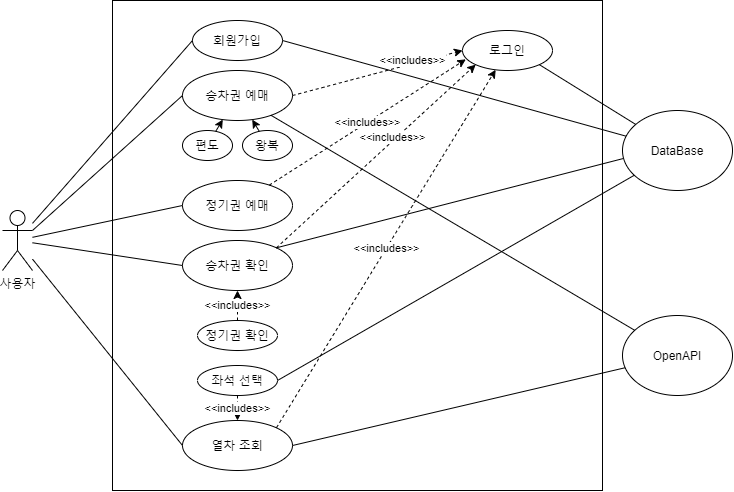
Earlier version of the draw.io export diagram/UseCaseDiagram.png (eeeeyeot/JAVATrainTicketing). Source tidied: cells renumbered, new cells last; positions are measured from the earlier drawing's top-left corner, leaving out a move shared by most shapes. The source it was exported from:
```xml
<mxGraphModel>
  <root>
    <mxCell id="0" />
    <mxCell id="1" parent="0" />
    <mxCell id="2" style="whiteSpace=wrap;html=1;" parent="1" vertex="1">
      <mxGeometry x="110" width="490" height="490" as="geometry" />
    </mxCell>
    <mxCell id="3" value="사용자" style="shape=umlActor;verticalLabelPosition=bottom;verticalAlign=top;html=1;outlineConnect=0;" parent="1" vertex="1">
      <mxGeometry y="210" width="30" height="60" as="geometry" />
    </mxCell>
    <mxCell id="4" value="회원가입" style="ellipse;whiteSpace=wrap;html=1;" parent="1" vertex="1">
      <mxGeometry x="190" y="20" width="90" height="40" as="geometry" />
    </mxCell>
    <mxCell id="5" value="로그인&lt;span style=&quot;color: rgba(0 , 0 , 0 , 0) ; font-family: monospace ; font-size: 0px&quot;&gt;%3CmxGraphModel%3E%3Croot%3E%3CmxCell%20id%3D%220%22%2F%3E%3CmxCell%20id%3D%221%22%20parent%3D%220%22%2F%3E%3CmxCell%20id%3D%222%22%20value%3D%22%ED%9A%8C%EC%9B%90%EA%B0%80%EC%9E%85%22%20style%3D%22ellipse%3BwhiteSpace%3Dwrap%3Bhtml%3D1%3B%22%20vertex%3D%221%22%20parent%3D%221%22%3E%3CmxGeometry%20x%3D%22260%22%20y%3D%2270%22%20width%3D%2290%22%20height%3D%2240%22%20as%3D%22geometry%22%2F%3E%3C%2FmxCell%3E%3C%2Froot%3E%3C%2FmxGraphModel%3E&lt;/span&gt;" style="ellipse;whiteSpace=wrap;html=1;" parent="1" vertex="1">
      <mxGeometry x="460" y="30" width="90" height="40" as="geometry" />
    </mxCell>
    <mxCell id="6" value="승차권 예매" style="ellipse;whiteSpace=wrap;html=1;" parent="1" vertex="1">
      <mxGeometry x="180" y="70" width="110" height="50" as="geometry" />
    </mxCell>
    <mxCell id="7" value="OpenAPI" style="ellipse;whiteSpace=wrap;html=1;" parent="1" vertex="1">
      <mxGeometry x="620" y="315" width="110" height="80" as="geometry" />
    </mxCell>
    <mxCell id="8" value="DataBase" style="ellipse;whiteSpace=wrap;html=1;" parent="1" vertex="1">
      <mxGeometry x="620" y="110" width="110" height="80" as="geometry" />
    </mxCell>
    <mxCell id="9" value="정기권 예매" style="ellipse;whiteSpace=wrap;html=1;" parent="1" vertex="1">
      <mxGeometry x="180" y="180" width="110" height="50" as="geometry" />
    </mxCell>
    <mxCell id="10" value="승차권 확인" style="ellipse;whiteSpace=wrap;html=1;" parent="1" vertex="1">
      <mxGeometry x="180" y="240" width="110" height="50" as="geometry" />
    </mxCell>
    <mxCell id="11" value="편도" style="ellipse;whiteSpace=wrap;html=1;" parent="1" vertex="1">
      <mxGeometry x="180" y="130" width="50" height="30" as="geometry" />
    </mxCell>
    <mxCell id="12" value="왕복" style="ellipse;whiteSpace=wrap;html=1;" parent="1" vertex="1">
      <mxGeometry x="240" y="130" width="50" height="30" as="geometry" />
    </mxCell>
    <mxCell id="13" style="endArrow=classic;html=1;" parent="1" edge="1" source="11" target="6">
      <mxGeometry relative="1" as="geometry" />
    </mxCell>
    <mxCell id="14" style="endArrow=classic;html=1;" parent="1" edge="1" source="12" target="6">
      <mxGeometry relative="1" as="geometry" />
    </mxCell>
    <mxCell id="15" value="열차 조회" style="ellipse;whiteSpace=wrap;html=1;" parent="1" vertex="1">
      <mxGeometry x="180" y="420" width="110" height="50" as="geometry" />
    </mxCell>
    <mxCell id="16" value="좌석 선택" style="ellipse;whiteSpace=wrap;html=1;" parent="1" vertex="1">
      <mxGeometry x="195" y="365" width="80" height="30" as="geometry" />
    </mxCell>
    <mxCell id="17" value="&amp;lt;&amp;lt;includes&amp;gt;&amp;gt;" style="endArrow=classic;html=1;dashed=1;" parent="1" edge="1" source="16" target="15">
      <mxGeometry relative="1" as="geometry" />
    </mxCell>
    <mxCell id="18" value="&amp;lt;&amp;lt;includes&amp;gt;&amp;gt;" style="endArrow=classic;html=1;dashed=1;entryX=0.037;entryY=0.721;entryDx=0;entryDy=0;entryPerimeter=0;" parent="1" edge="1" source="9" target="5">
      <mxGeometry relative="1" as="geometry" />
    </mxCell>
    <mxCell id="19" value="정기권 확인" style="ellipse;whiteSpace=wrap;html=1;" parent="1" vertex="1">
      <mxGeometry x="195" y="320" width="80" height="30" as="geometry" />
    </mxCell>
    <mxCell id="20" value="&amp;lt;&amp;lt;includes&amp;gt;&amp;gt;" style="endArrow=classic;html=1;entryX=0.5;entryY=1;entryDx=0;entryDy=0;dashed=1;" parent="1" edge="1" source="19" target="10">
      <mxGeometry relative="1" as="geometry" />
    </mxCell>
    <mxCell id="21" value="&amp;lt;&amp;lt;includes&amp;gt;&amp;gt;" style="endArrow=classic;html=1;dashed=1;entryX=0;entryY=1;entryDx=0;entryDy=0;exitX=1;exitY=0;exitDx=0;exitDy=0;" parent="1" edge="1" source="10" target="5">
      <mxGeometry x="0.18" y="3" relative="1" as="geometry" />
    </mxCell>
    <mxCell id="22" style="endArrow=none;html=1;entryX=0;entryY=0.5;entryDx=0;entryDy=0;" parent="1" edge="1" source="3" target="4">
      <mxGeometry relative="1" as="geometry" />
    </mxCell>
    <mxCell id="23" style="endArrow=none;html=1;entryX=0;entryY=0.5;entryDx=0;entryDy=0;exitX=1;exitY=0.3333333333333333;exitDx=0;exitDy=0;exitPerimeter=0;" parent="1" edge="1" source="3" target="6">
      <mxGeometry relative="1" as="geometry" />
    </mxCell>
    <mxCell id="24" style="endArrow=none;html=1;entryX=0;entryY=0.5;entryDx=0;entryDy=0;" parent="1" edge="1" source="3" target="9">
      <mxGeometry relative="1" as="geometry" />
    </mxCell>
    <mxCell id="25" style="endArrow=none;html=1;entryX=0;entryY=0.5;entryDx=0;entryDy=0;" parent="1" edge="1" source="3" target="10">
      <mxGeometry relative="1" as="geometry" />
    </mxCell>
    <mxCell id="26" style="endArrow=none;html=1;entryX=0;entryY=0.5;entryDx=0;entryDy=0;" parent="1" edge="1" source="3" target="15">
      <mxGeometry relative="1" as="geometry" />
    </mxCell>
    <mxCell id="27" style="endArrow=none;html=1;exitX=1;exitY=0.5;exitDx=0;exitDy=0;" parent="1" edge="1" source="4" target="8">
      <mxGeometry relative="1" as="geometry" />
    </mxCell>
    <mxCell id="28" style="endArrow=none;html=1;exitX=1;exitY=0.5;exitDx=0;exitDy=0;" parent="1" edge="1" source="15" target="7">
      <mxGeometry relative="1" as="geometry" />
    </mxCell>
    <mxCell id="29" style="endArrow=none;html=1;exitX=1;exitY=1;exitDx=0;exitDy=0;" parent="1" edge="1" source="5" target="8">
      <mxGeometry relative="1" as="geometry" />
    </mxCell>
    <mxCell id="30" style="endArrow=none;html=1;exitX=1;exitY=0.5;exitDx=0;exitDy=0;" parent="1" edge="1" source="16" target="8">
      <mxGeometry relative="1" as="geometry" />
    </mxCell>
    <mxCell id="31" style="endArrow=none;html=1;exitX=1;exitY=0;exitDx=0;exitDy=0;entryX=0.008;entryY=0.6;entryDx=0;entryDy=0;entryPerimeter=0;" parent="1" edge="1" source="10" target="8">
      <mxGeometry relative="1" as="geometry" />
    </mxCell>
    <mxCell id="32" value="&amp;lt;&amp;lt;includes&amp;gt;&amp;gt;" style="endArrow=classic;html=1;dashed=1;exitX=1;exitY=0;exitDx=0;exitDy=0;" parent="1" edge="1" source="15" target="5">
      <mxGeometry relative="1" as="geometry" />
    </mxCell>
    <mxCell id="33" value="&amp;lt;&amp;lt;includes&amp;gt;&amp;gt;" style="endArrow=classic;html=1;dashed=1;entryX=0;entryY=0.5;entryDx=0;entryDy=0;exitX=1;exitY=0.5;exitDx=0;exitDy=0;" parent="1" edge="1" source="6" target="5">
      <mxGeometry x="0.42" y="3" relative="1" as="geometry" />
    </mxCell>
    <mxCell id="34" style="endArrow=none;html=1;" parent="1" edge="1" source="6" target="7">
      <mxGeometry relative="1" as="geometry" />
    </mxCell>
  </root>
</mxGraphModel>
```
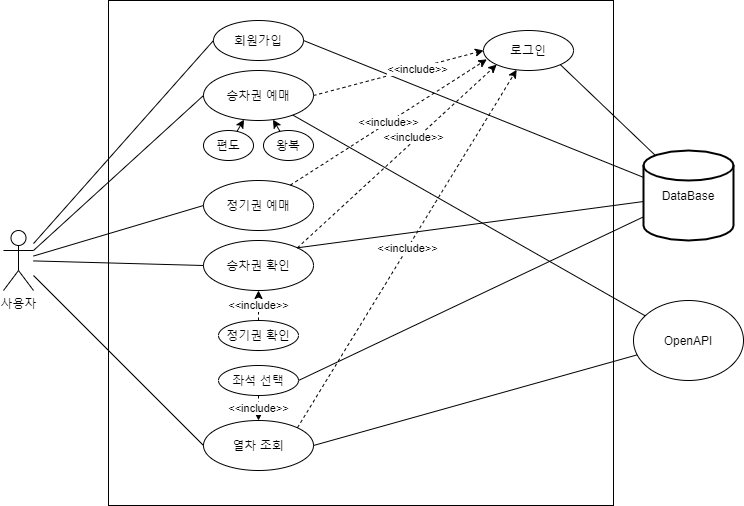
The same file after the commit.

The edit, as a diff of the source:
```diff
@@ -3,10 +3,10 @@
     <mxCell id="0" />
     <mxCell id="1" parent="0" />
     <mxCell id="2" style="whiteSpace=wrap;html=1;" parent="1" vertex="1">
-      <mxGeometry x="110" width="490" height="490" as="geometry" />
+      <mxGeometry x="85" width="505" height="505" as="geometry" />
     </mxCell>
     <mxCell id="3" value="사용자" style="shape=umlActor;verticalLabelPosition=bottom;verticalAlign=top;html=1;outlineConnect=0;" parent="1" vertex="1">
-      <mxGeometry y="210" width="30" height="60" as="geometry" />
+      <mxGeometry x="-20" y="230" width="30" height="60" as="geometry" />
     </mxCell>
     <mxCell id="4" value="회원가입" style="ellipse;whiteSpace=wrap;html=1;" parent="1" vertex="1">
       <mxGeometry x="190" y="20" width="90" height="40" as="geometry" />
@@ -18,11 +18,8 @@
       <mxGeometry x="180" y="70" width="110" height="50" as="geometry" />
     </mxCell>
     <mxCell id="7" value="OpenAPI" style="ellipse;whiteSpace=wrap;html=1;" parent="1" vertex="1">
-      <mxGeometry x="620" y="315" width="110" height="80" as="geometry" />
+      <mxGeometry x="610" y="300" width="110" height="80" as="geometry" />
     </mxCell>
-    <mxCell id="8" value="DataBase" style="ellipse;whiteSpace=wrap;html=1;" parent="1" vertex="1">
-      <mxGeometry x="620" y="110" width="110" height="80" as="geometry" />
-    </mxCell>
     <mxCell id="9" value="정기권 예매" style="ellipse;whiteSpace=wrap;html=1;" parent="1" vertex="1">
       <mxGeometry x="180" y="180" width="110" height="50" as="geometry" />
     </mxCell>
@@ -47,19 +44,19 @@
     <mxCell id="16" value="좌석 선택" style="ellipse;whiteSpace=wrap;html=1;" parent="1" vertex="1">
       <mxGeometry x="195" y="365" width="80" height="30" as="geometry" />
     </mxCell>
-    <mxCell id="17" value="&amp;lt;&amp;lt;includes&amp;gt;&amp;gt;" style="endArrow=classic;html=1;dashed=1;" parent="1" edge="1" source="16" target="15">
+    <mxCell id="17" value="&amp;lt;&amp;lt;include&amp;gt;&amp;gt;" style="endArrow=classic;html=1;dashed=1;" parent="1" edge="1" source="16" target="15">
       <mxGeometry relative="1" as="geometry" />
     </mxCell>
-    <mxCell id="18" value="&amp;lt;&amp;lt;includes&amp;gt;&amp;gt;" style="endArrow=classic;html=1;dashed=1;entryX=0.037;entryY=0.721;entryDx=0;entryDy=0;entryPerimeter=0;" parent="1" edge="1" source="9" target="5">
+    <mxCell id="18" value="&amp;lt;&amp;lt;include&amp;gt;&amp;gt;" style="endArrow=classic;html=1;dashed=1;entryX=0.037;entryY=0.721;entryDx=0;entryDy=0;entryPerimeter=0;" parent="1" edge="1" source="9" target="5">
       <mxGeometry relative="1" as="geometry" />
     </mxCell>
     <mxCell id="19" value="정기권 확인" style="ellipse;whiteSpace=wrap;html=1;" parent="1" vertex="1">
       <mxGeometry x="195" y="320" width="80" height="30" as="geometry" />
     </mxCell>
-    <mxCell id="20" value="&amp;lt;&amp;lt;includes&amp;gt;&amp;gt;" style="endArrow=classic;html=1;entryX=0.5;entryY=1;entryDx=0;entryDy=0;dashed=1;" parent="1" edge="1" source="19" target="10">
+    <mxCell id="20" value="&amp;lt;&amp;lt;include&amp;gt;&amp;gt;" style="endArrow=classic;html=1;entryX=0.5;entryY=1;entryDx=0;entryDy=0;dashed=1;" parent="1" edge="1" source="19" target="10">
       <mxGeometry relative="1" as="geometry" />
     </mxCell>
-    <mxCell id="21" value="&amp;lt;&amp;lt;includes&amp;gt;&amp;gt;" style="endArrow=classic;html=1;dashed=1;entryX=0;entryY=1;entryDx=0;entryDy=0;exitX=1;exitY=0;exitDx=0;exitDy=0;" parent="1" edge="1" source="10" target="5">
+    <mxCell id="21" value="&amp;lt;&amp;lt;include&amp;gt;&amp;gt;" style="endArrow=classic;html=1;dashed=1;entryX=0;entryY=1;entryDx=0;entryDy=0;exitX=1;exitY=0;exitDx=0;exitDy=0;" parent="1" edge="1" source="10" target="5">
       <mxGeometry x="0.18" y="3" relative="1" as="geometry" />
     </mxCell>
     <mxCell id="22" style="endArrow=none;html=1;entryX=0;entryY=0.5;entryDx=0;entryDy=0;" parent="1" edge="1" source="3" target="4">
@@ -83,23 +80,26 @@
     <mxCell id="28" style="endArrow=none;html=1;exitX=1;exitY=0.5;exitDx=0;exitDy=0;" parent="1" edge="1" source="15" target="7">
       <mxGeometry relative="1" as="geometry" />
     </mxCell>
-    <mxCell id="29" style="endArrow=none;html=1;exitX=1;exitY=1;exitDx=0;exitDy=0;" parent="1" edge="1" source="5" target="8">
+    <mxCell id="29" style="endArrow=none;html=1;exitX=1;exitY=1;exitDx=0;exitDy=0;entryX=0.133;entryY=0.056;entryDx=0;entryDy=0;entryPerimeter=0;" parent="1" edge="1" source="5" target="8">
       <mxGeometry relative="1" as="geometry" />
     </mxCell>
     <mxCell id="30" style="endArrow=none;html=1;exitX=1;exitY=0.5;exitDx=0;exitDy=0;" parent="1" edge="1" source="16" target="8">
       <mxGeometry relative="1" as="geometry" />
     </mxCell>
-    <mxCell id="31" style="endArrow=none;html=1;exitX=1;exitY=0;exitDx=0;exitDy=0;entryX=0.008;entryY=0.6;entryDx=0;entryDy=0;entryPerimeter=0;" parent="1" edge="1" source="10" target="8">
+    <mxCell id="31" style="endArrow=none;html=1;exitX=1;exitY=0;exitDx=0;exitDy=0;" parent="1" edge="1" source="10" target="8">
       <mxGeometry relative="1" as="geometry" />
     </mxCell>
-    <mxCell id="32" value="&amp;lt;&amp;lt;includes&amp;gt;&amp;gt;" style="endArrow=classic;html=1;dashed=1;exitX=1;exitY=0;exitDx=0;exitDy=0;" parent="1" edge="1" source="15" target="5">
+    <mxCell id="32" value="&amp;lt;&amp;lt;include&amp;gt;&amp;gt;" style="endArrow=classic;html=1;dashed=1;exitX=1;exitY=0;exitDx=0;exitDy=0;" parent="1" edge="1" source="15" target="5">
       <mxGeometry relative="1" as="geometry" />
     </mxCell>
-    <mxCell id="33" value="&amp;lt;&amp;lt;includes&amp;gt;&amp;gt;" style="endArrow=classic;html=1;dashed=1;entryX=0;entryY=0.5;entryDx=0;entryDy=0;exitX=1;exitY=0.5;exitDx=0;exitDy=0;" parent="1" edge="1" source="6" target="5">
-      <mxGeometry x="0.42" y="3" relative="1" as="geometry" />
+    <mxCell id="33" value="&amp;lt;&amp;lt;include&amp;gt;&amp;gt;" style="endArrow=classic;html=1;dashed=1;entryX=0;entryY=0.5;entryDx=0;entryDy=0;exitX=1;exitY=0.5;exitDx=0;exitDy=0;" parent="1" edge="1" source="6" target="5">
+      <mxGeometry x="0.22" y="-1" relative="1" as="geometry" />
     </mxCell>
     <mxCell id="34" style="endArrow=none;html=1;" parent="1" edge="1" source="6" target="7">
       <mxGeometry relative="1" as="geometry" />
     </mxCell>
+    <mxCell id="8" value="DataBase" style="strokeWidth=2;html=1;shape=mxgraph.flowchart.database;whiteSpace=wrap;labelBackgroundColor=#ffffff;" parent="1" vertex="1">
+      <mxGeometry x="620" y="150" width="90" height="90" as="geometry" />
+    </mxCell>
   </root>
 </mxGraphModel>
```
